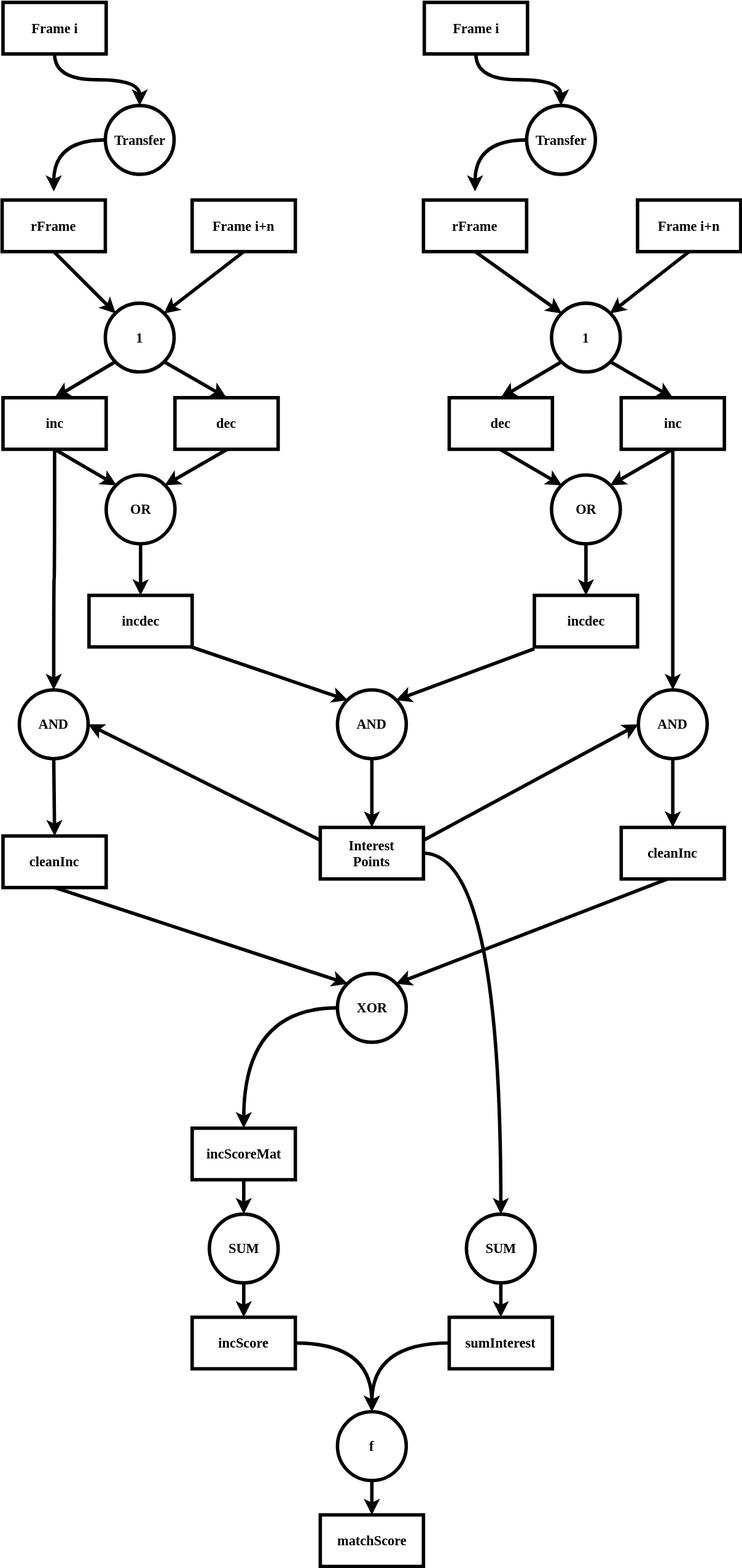
Earlier version of the draw.io export Algo3.svg (amilapsn/Collatz). Source tidied: cells renumbered, new cells last; positions are measured from the earlier drawing's top-left corner, leaving out a move shared by most shapes.
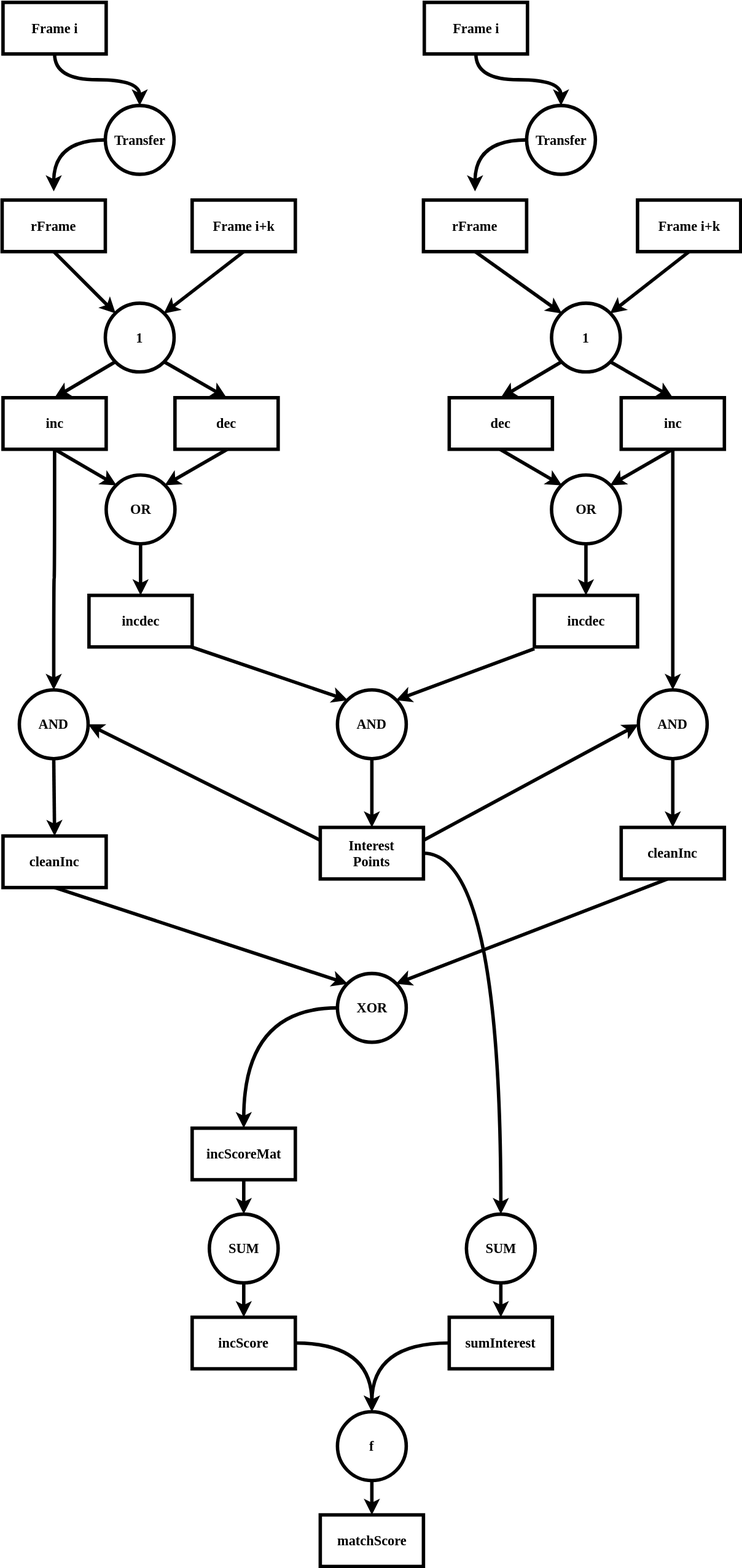
After the commit.

Change to the diagram source:
```diff
@@ -211,10 +211,10 @@
     <mxCell id="64" value="Transfer" style="ellipse;whiteSpace=wrap;html=1;rounded=0;strokeColor=#000000;strokeWidth=4;fillColor=#ffffff;fontFamily=Verdana;fontSize=16;fontStyle=1;" parent="1" vertex="1">
       <mxGeometry x="610" y="120" width="80" height="80" as="geometry" />
     </mxCell>
-    <mxCell id="65" value="Frame i+n" style="rounded=0;whiteSpace=wrap;html=1;strokeWidth=4;fontFamily=Verdana;fontSize=16;fontStyle=1;" parent="1" vertex="1">
+    <mxCell id="65" value="Frame i+k" style="rounded=0;whiteSpace=wrap;html=1;strokeWidth=4;fontFamily=Verdana;fontSize=16;fontStyle=1;" parent="1" vertex="1">
       <mxGeometry x="221" y="230" width="120" height="60" as="geometry" />
     </mxCell>
-    <mxCell id="66" value="Frame i+n" style="rounded=0;whiteSpace=wrap;html=1;strokeWidth=4;fontFamily=Verdana;fontSize=16;fontStyle=1;" parent="1" vertex="1">
+    <mxCell id="66" value="Frame i+k" style="rounded=0;whiteSpace=wrap;html=1;strokeWidth=4;fontFamily=Verdana;fontSize=16;fontStyle=1;" parent="1" vertex="1">
       <mxGeometry x="739" y="230" width="120" height="60" as="geometry" />
     </mxCell>
     <mxCell id="67" style="endArrow=classic;html=1;strokeWidth=4;exitX=0.5;exitY=1;entryX=0;entryY=0;" parent="1" edge="1" source="4" target="7">
```
